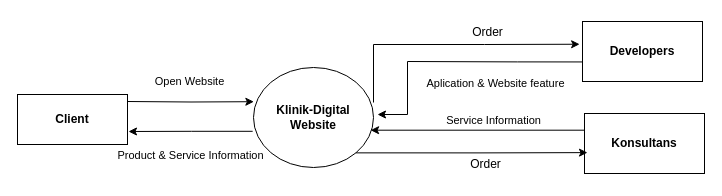
Above: DFD-Klinik-Digital-lvl-0.drawio in rrahmatn/dfd_erd_uml (draw.io), before the change. Source tidied: cells renumbered, new cells numbered last; positions are measured from the earlier drawing's top-left corner, leaving out a move shared by most shapes. Both pictures are drawn from the tidied source at 100%, with x=0, y=0 at pixel (17, 17).
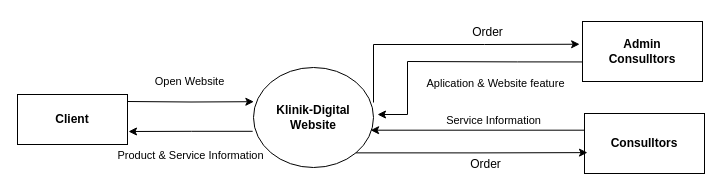
The same page after the edit.

What changed in the source:
```diff
@@
-    <mxCell id="10" value="&lt;b&gt;Developers&lt;/b&gt;" style="rounded=0;whiteSpace=wrap;html=1;" parent="1" vertex="1">
+    <mxCell id="10" value="&lt;b&gt;Admin&lt;br&gt;Consulltors&lt;br&gt;&lt;/b&gt;" style="rounded=0;whiteSpace=wrap;html=1;" parent="1" vertex="1">
       <mxGeometry x="565" y="4" width="120" height="60" as="geometry" />
     </mxCell>
@@
-    <mxCell id="13" value="&lt;b&gt;Konsultans&lt;/b&gt;" style="rounded=0;whiteSpace=wrap;html=1;" parent="1" vertex="1">
+    <mxCell id="13" value="&lt;b&gt;Consulltors&lt;/b&gt;" style="rounded=0;whiteSpace=wrap;html=1;" parent="1" vertex="1">
       <mxGeometry x="567" y="96" width="120" height="60" as="geometry" />
     </mxCell>
```
